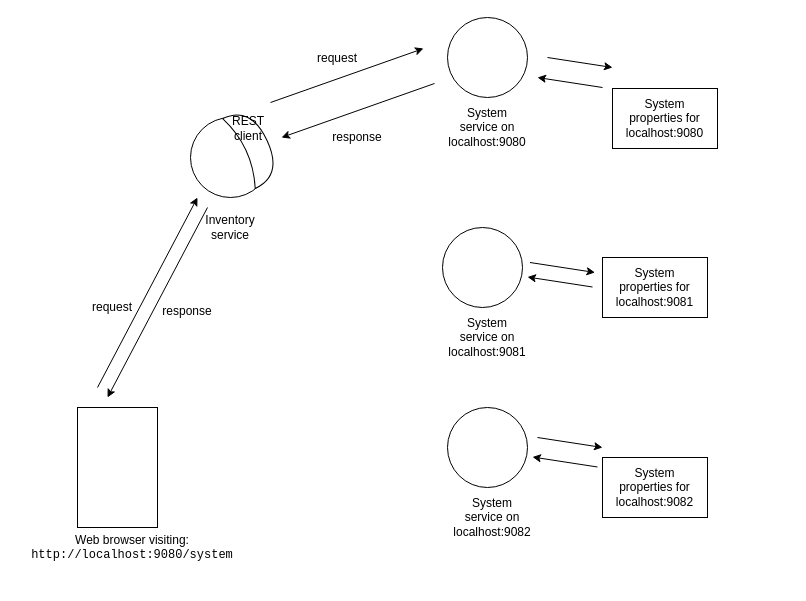
This is img/REST_services.drawio from OpenLiberty/docs, a draw.io file, before an edit. Source tidied: cells renumbered, new cells numbered last; positions are measured from the earlier drawing's top-left corner, leaving out a move shared by most shapes. Both pictures are drawn from the tidied source at 100%, with x=0, y=0 at pixel (27, 17).
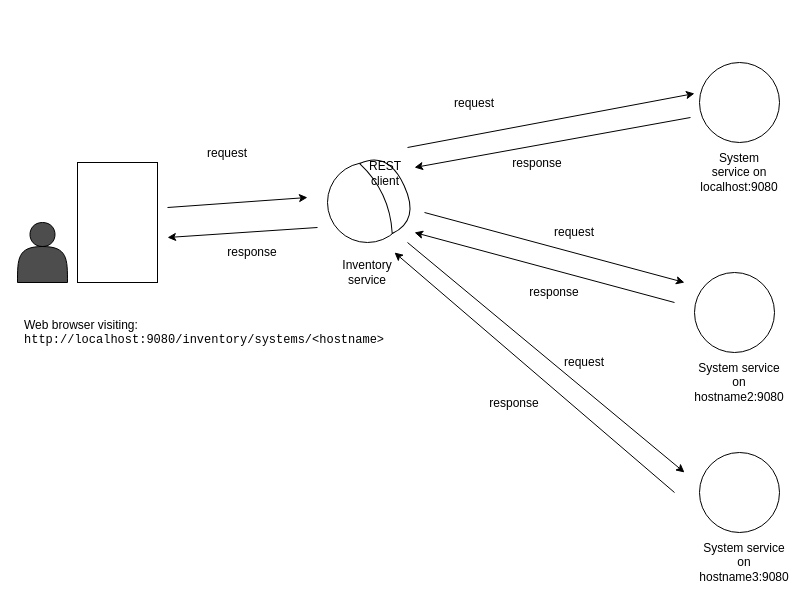
Above is the later version.

Commit message (it also covers changes not shown here):
update with Gilbert's feedback

What changed in the source:
```diff
@@
     <mxCell id="2" style="ellipse;whiteSpace=wrap;html=1;" parent="1" vertex="1">
-      <mxGeometry x="415" y="210" width="80" height="80" as="geometry" />
+      <mxGeometry x="667" y="255" width="80" height="80" as="geometry" />
     </mxCell>
     <mxCell id="3" style="ellipse;whiteSpace=wrap;html=1;" parent="1" vertex="1">
-      <mxGeometry x="163" y="100" width="80" height="80" as="geometry" />
+      <mxGeometry x="300" y="145" width="80" height="80" as="geometry" />
     </mxCell>
     <mxCell id="4" value="Inventory service&lt;br&gt;" style="text;html=1;strokeColor=none;fillColor=none;align=center;verticalAlign=middle;whiteSpace=wrap;rounded=0;" parent="1" vertex="1">
-      <mxGeometry x="183" y="200" width="40" height="20" as="geometry" />
+      <mxGeometry x="320" y="245" width="40" height="20" as="geometry" />
     </mxCell>
     <mxCell id="5" style="rounded=0;whiteSpace=wrap;html=1;" parent="1" vertex="1">
-      <mxGeometry x="50" y="390" width="80" height="120" as="geometry" />
+      <mxGeometry x="50" y="145" width="80" height="120" as="geometry" />
     </mxCell>
-    <mxCell id="6" value="Web browser visiting:&lt;br&gt;&lt;code&gt;http://localhost:9080/system&lt;/code&gt;" style="text;html=1;strokeColor=none;fillColor=none;align=center;verticalAlign=middle;whiteSpace=wrap;rounded=0;" parent="1" vertex="1">
-      <mxGeometry y="500" width="210" height="60" as="geometry" />
+    <mxCell id="6" value="Web browser visiting:&lt;br&gt;&lt;code&gt;http://localhost:9080/inventory/systems/&amp;lt;hostname&amp;gt;&lt;/code&gt;" style="text;html=1;strokeColor=none;fillColor=none;align=left;verticalAlign=middle;whiteSpace=wrap;rounded=0;" parent="1" vertex="1">
+      <mxGeometry x="-5" y="285" width="210" height="60" as="geometry" />
     </mxCell>
     <mxCell id="7" style="endArrow=classic;html=1;" parent="1" edge="1">
       <mxGeometry relative="1" as="geometry">
-        <mxPoint x="70" y="370" as="sourcePoint" />
-        <mxPoint x="170" y="180" as="targetPoint" />
+        <mxPoint x="140" y="190" as="sourcePoint" />
+        <mxPoint x="280" y="180" as="targetPoint" />
       </mxGeometry>
     </mxCell>
     <mxCell id="8" value="request" style="text;html=1;strokeColor=none;fillColor=none;align=center;verticalAlign=middle;whiteSpace=wrap;rounded=0;" parent="1" vertex="1">
-      <mxGeometry x="65" y="280" width="40" height="20" as="geometry" />
+      <mxGeometry x="180" y="126" width="40" height="20" as="geometry" />
     </mxCell>
     <mxCell id="9" style="ellipse;whiteSpace=wrap;html=1;" parent="1" vertex="1">
-      <mxGeometry x="420" width="80" height="80" as="geometry" />
+      <mxGeometry x="672" y="45" width="80" height="80" as="geometry" />
     </mxCell>
     <mxCell id="10" value="System service on localhost:9080&lt;br&gt;" style="text;html=1;strokeColor=none;fillColor=none;align=center;verticalAlign=middle;whiteSpace=wrap;rounded=0;" parent="1" vertex="1">
-      <mxGeometry x="440" y="100" width="40" height="20" as="geometry" />
+      <mxGeometry x="692" y="145" width="40" height="20" as="geometry" />
     </mxCell>
     <mxCell id="11" style="endArrow=classic;html=1;" parent="1" edge="1">
       <mxGeometry relative="1" as="geometry">
-        <mxPoint x="243" y="85" as="sourcePoint" />
-        <mxPoint x="396" y="31" as="targetPoint" />
+        <mxPoint x="380" y="130" as="sourcePoint" />
+        <mxPoint x="667" y="76" as="targetPoint" />
       </mxGeometry>
     </mxCell>
     <mxCell id="12" value="request" style="text;html=1;strokeColor=none;fillColor=none;align=center;verticalAlign=middle;whiteSpace=wrap;rounded=0;" parent="1" vertex="1">
-      <mxGeometry x="290" y="31" width="40" height="20" as="geometry" />
+      <mxGeometry x="427" y="76" width="40" height="20" as="geometry" />
     </mxCell>
-    <mxCell id="13" value="System service on localhost:9081&lt;br&gt;" style="text;html=1;strokeColor=none;fillColor=none;align=center;verticalAlign=middle;whiteSpace=wrap;rounded=0;" parent="1" vertex="1">
-      <mxGeometry x="440" y="310" width="40" height="20" as="geometry" />
+    <mxCell id="13" value="System service on hostname2:9080&lt;br&gt;" style="text;html=1;strokeColor=none;fillColor=none;align=center;verticalAlign=middle;whiteSpace=wrap;rounded=0;" parent="1" vertex="1">
+      <mxGeometry x="692" y="355" width="40" height="20" as="geometry" />
     </mxCell>
-    <mxCell id="14" style="endArrow=classic;html=1;" parent="1" edge="1">
-      <mxGeometry relative="1" as="geometry">
-        <mxPoint x="575" y="70" as="sourcePoint" />
-        <mxPoint x="510" y="60" as="targetPoint" />
-      </mxGeometry>
-    </mxCell>
-    <mxCell id="15" style="rounded=0;whiteSpace=wrap;html=1;" parent="1" vertex="1">
-      <mxGeometry x="585" y="71" width="105" height="60" as="geometry" />
-    </mxCell>
-    <mxCell id="16" value="System properties for localhost:9080&lt;br&gt;" style="text;html=1;strokeColor=none;fillColor=none;align=center;verticalAlign=middle;whiteSpace=wrap;rounded=0;" parent="1" vertex="1">
-      <mxGeometry x="605" y="81" width="65" height="40" as="geometry" />
-    </mxCell>
-    <mxCell id="17" style="endArrow=classic;html=1;" parent="1" edge="1">
-      <mxGeometry relative="1" as="geometry">
-        <mxPoint x="565" y="269.5" as="sourcePoint" />
-        <mxPoint x="500" y="259.5" as="targetPoint" />
-      </mxGeometry>
-    </mxCell>
     <mxCell id="18" style="ellipse;whiteSpace=wrap;html=1;" parent="1" vertex="1">
-      <mxGeometry x="420" y="390" width="80" height="80" as="geometry" />
+      <mxGeometry x="672" y="435" width="80" height="80" as="geometry" />
     </mxCell>
-    <mxCell id="19" value="System service on localhost:9082&lt;br&gt;" style="text;html=1;strokeColor=none;fillColor=none;align=center;verticalAlign=middle;whiteSpace=wrap;rounded=0;" parent="1" vertex="1">
-      <mxGeometry x="445" y="490" width="40" height="20" as="geometry" />
+    <mxCell id="19" value="System service on hostname3:9080&lt;br&gt;" style="text;html=1;strokeColor=none;fillColor=none;align=center;verticalAlign=middle;whiteSpace=wrap;rounded=0;" parent="1" vertex="1">
+      <mxGeometry x="697" y="535" width="40" height="20" as="geometry" />
     </mxCell>
-    <mxCell id="20" style="endArrow=classic;html=1;" parent="1" edge="1">
-      <mxGeometry relative="1" as="geometry">
-        <mxPoint x="570" y="449.5" as="sourcePoint" />
-        <mxPoint x="505" y="439.5" as="targetPoint" />
-      </mxGeometry>
-    </mxCell>
-    <mxCell id="21" style="rounded=0;whiteSpace=wrap;html=1;" parent="1" vertex="1">
-      <mxGeometry x="575" y="240" width="105" height="60" as="geometry" />
-    </mxCell>
-    <mxCell id="22" value="System properties for localhost:9081&lt;br&gt;" style="text;html=1;strokeColor=none;fillColor=none;align=center;verticalAlign=middle;whiteSpace=wrap;rounded=0;" parent="1" vertex="1">
-      <mxGeometry x="595" y="250" width="65" height="40" as="geometry" />
-    </mxCell>
-    <mxCell id="23" style="rounded=0;whiteSpace=wrap;html=1;" parent="1" vertex="1">
-      <mxGeometry x="575" y="440" width="105" height="60" as="geometry" />
-    </mxCell>
-    <mxCell id="24" value="System properties for localhost:9082&lt;br&gt;" style="text;html=1;strokeColor=none;fillColor=none;align=center;verticalAlign=middle;whiteSpace=wrap;rounded=0;" parent="1" vertex="1">
-      <mxGeometry x="595" y="450" width="65" height="40" as="geometry" />
-    </mxCell>
-    <mxCell id="25" style="endArrow=classic;html=1;" parent="1" edge="1">
-      <mxGeometry relative="1" as="geometry">
-        <mxPoint x="502.5" y="245" as="sourcePoint" />
-        <mxPoint x="567.5" y="255" as="targetPoint" />
-      </mxGeometry>
-    </mxCell>
-    <mxCell id="26" style="endArrow=classic;html=1;" parent="1" edge="1">
-      <mxGeometry relative="1" as="geometry">
-        <mxPoint x="520" y="40" as="sourcePoint" />
-        <mxPoint x="585" y="50" as="targetPoint" />
-      </mxGeometry>
-    </mxCell>
-    <mxCell id="27" style="endArrow=classic;html=1;" parent="1" edge="1">
-      <mxGeometry relative="1" as="geometry">
-        <mxPoint x="510" y="420" as="sourcePoint" />
-        <mxPoint x="575" y="430" as="targetPoint" />
-      </mxGeometry>
-    </mxCell>
     <mxCell id="28" style="shape=xor;whiteSpace=wrap;html=1;rotation=-25;" parent="1" vertex="1">
-      <mxGeometry x="210" y="91" width="31" height="77" as="geometry" />
+      <mxGeometry x="347" y="136" width="31" height="77" as="geometry" />
     </mxCell>
     <mxCell id="29" value="REST client&lt;br&gt;" style="text;html=1;strokeColor=none;fillColor=none;align=center;verticalAlign=middle;whiteSpace=wrap;rounded=0;" parent="1" vertex="1">
-      <mxGeometry x="201" y="101" width="40" height="20" as="geometry" />
+      <mxGeometry x="338" y="146" width="40" height="20" as="geometry" />
     </mxCell>
     <mxCell id="30" style="endArrow=classic;html=1;" parent="1" edge="1">
       <mxGeometry relative="1" as="geometry">
-        <mxPoint x="407" y="66" as="sourcePoint" />
-        <mxPoint x="254" y="120" as="targetPoint" />
+        <mxPoint x="663" y="100" as="sourcePoint" />
+        <mxPoint x="387" y="150" as="targetPoint" />
       </mxGeometry>
     </mxCell>
     <mxCell id="31" value="response" style="text;html=1;strokeColor=none;fillColor=none;align=center;verticalAlign=middle;whiteSpace=wrap;rounded=0;" parent="1" vertex="1">
-      <mxGeometry x="310" y="109.5" width="40" height="20" as="geometry" />
+      <mxGeometry x="490" y="136" width="40" height="20" as="geometry" />
     </mxCell>
     <mxCell id="32" style="endArrow=classic;html=1;" parent="1" edge="1">
       <mxGeometry relative="1" as="geometry">
-        <mxPoint x="180" y="190" as="sourcePoint" />
-        <mxPoint x="80" y="380" as="targetPoint" />
+        <mxPoint x="290" y="210" as="sourcePoint" />
+        <mxPoint x="140" y="220" as="targetPoint" />
       </mxGeometry>
     </mxCell>
     <mxCell id="33" value="response" style="text;html=1;strokeColor=none;fillColor=none;align=center;verticalAlign=middle;whiteSpace=wrap;rounded=0;" parent="1" vertex="1">
-      <mxGeometry x="140" y="284" width="40" height="20" as="geometry" />
+      <mxGeometry x="205" y="225" width="40" height="20" as="geometry" />
     </mxCell>
+    <mxCell id="34" style="endArrow=classic;html=1;" parent="1" edge="1">
+      <mxGeometry relative="1" as="geometry">
+        <mxPoint x="397" y="195" as="sourcePoint" />
+        <mxPoint x="657" y="265" as="targetPoint" />
+      </mxGeometry>
+    </mxCell>
+    <mxCell id="35" value="request" style="text;html=1;strokeColor=none;fillColor=none;align=center;verticalAlign=middle;whiteSpace=wrap;rounded=0;" parent="1" vertex="1">
+      <mxGeometry x="527" y="205" width="40" height="20" as="geometry" />
+    </mxCell>
+    <mxCell id="36" style="endArrow=classic;html=1;" parent="1" edge="1">
+      <mxGeometry relative="1" as="geometry">
+        <mxPoint x="647" y="285" as="sourcePoint" />
+        <mxPoint x="387" y="215" as="targetPoint" />
+      </mxGeometry>
+    </mxCell>
+    <mxCell id="37" value="response" style="text;html=1;strokeColor=none;fillColor=none;align=center;verticalAlign=middle;whiteSpace=wrap;rounded=0;" parent="1" vertex="1">
+      <mxGeometry x="507" y="265" width="40" height="20" as="geometry" />
+    </mxCell>
+    <mxCell id="38" style="endArrow=classic;html=1;" parent="1" edge="1">
+      <mxGeometry relative="1" as="geometry">
+        <mxPoint x="380" y="225" as="sourcePoint" />
+        <mxPoint x="657" y="455" as="targetPoint" />
+      </mxGeometry>
+    </mxCell>
+    <mxCell id="39" value="request" style="text;html=1;strokeColor=none;fillColor=none;align=center;verticalAlign=middle;whiteSpace=wrap;rounded=0;" parent="1" vertex="1">
+      <mxGeometry x="537" y="335" width="40" height="20" as="geometry" />
+    </mxCell>
+    <mxCell id="40" style="endArrow=classic;html=1;" parent="1" edge="1">
+      <mxGeometry relative="1" as="geometry">
+        <mxPoint x="647" y="475" as="sourcePoint" />
+        <mxPoint x="367" y="235" as="targetPoint" />
+      </mxGeometry>
+    </mxCell>
+    <mxCell id="41" value="response" style="text;html=1;strokeColor=none;fillColor=none;align=center;verticalAlign=middle;whiteSpace=wrap;rounded=0;" parent="1" vertex="1">
+      <mxGeometry x="467" y="375.5" width="40" height="20" as="geometry" />
+    </mxCell>
+    <mxCell id="42" style="shape=actor;whiteSpace=wrap;html=1;align=left;labelBorderColor=none;fillColor=#4D4D4D;" parent="1" vertex="1">
+      <mxGeometry x="-10" y="205" width="50" height="60" as="geometry" />
+    </mxCell>
```
